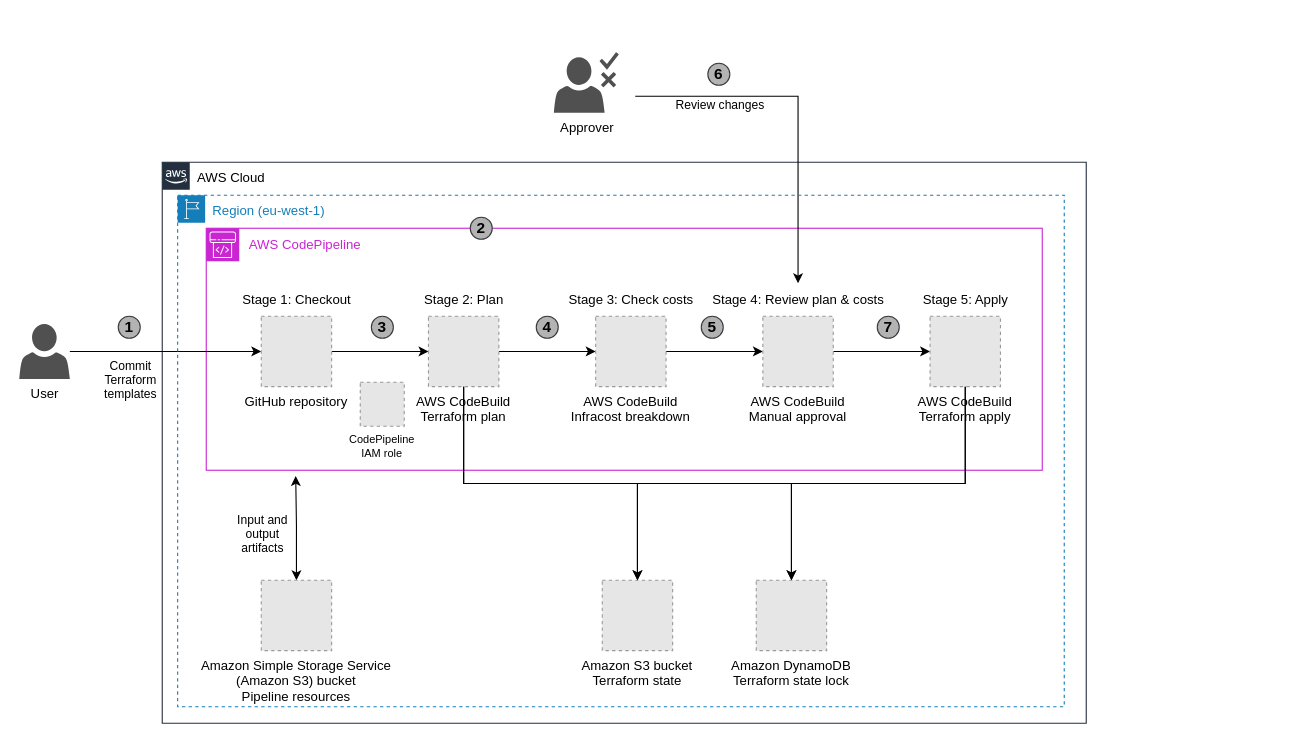
Igor-Ivaniuk/codepipeline-terraform keeps this draw.io diagram as assets/pipeline.drawio. Above is the earlier version. Source tidied: cells renumbered, new cells numbered last; positions are measured from the earlier drawing's top-left corner, leaving out a move shared by most shapes. Both pictures are drawn from the tidied source at 110%, with x=0, y=0 at pixel (19, 52). Pictures stored in the file or linked from it are replaced by grey dashed boxes.
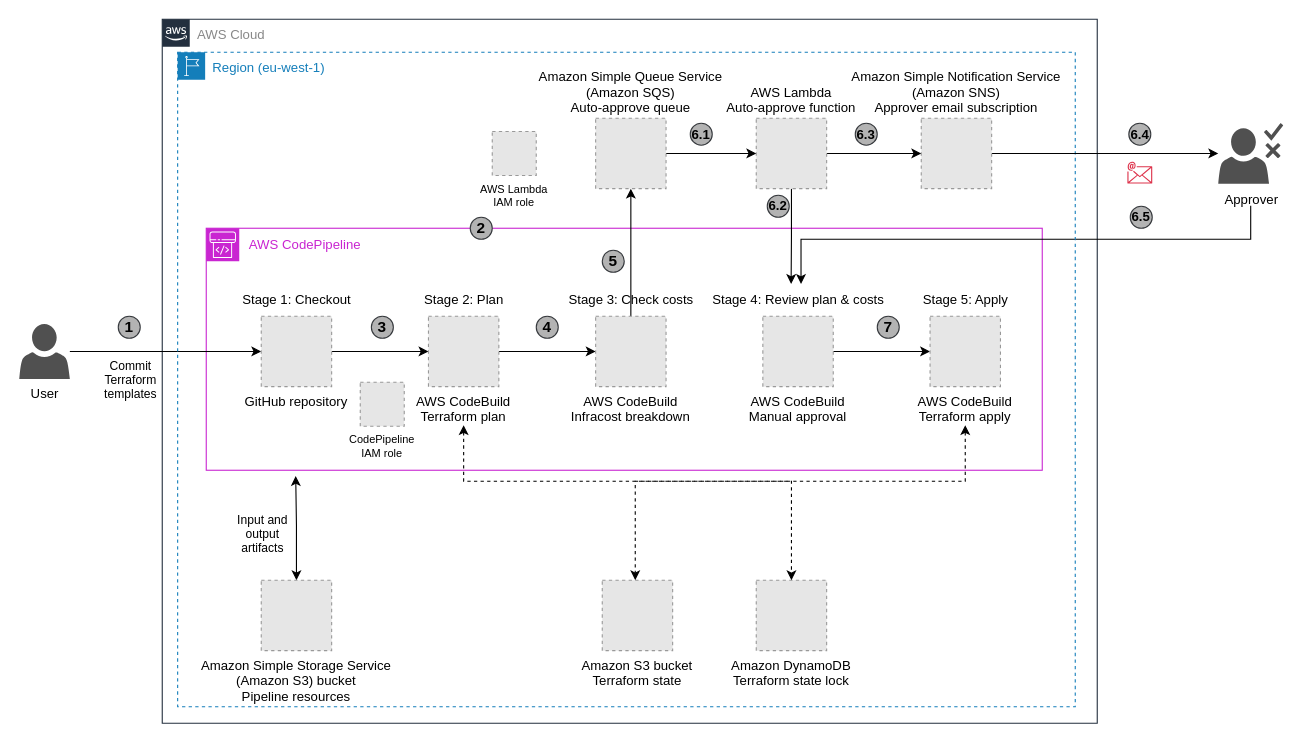
Above is the later version.

Unchanged cells that the change refers to:
```xml
<mxCell id="2" style="group;" parent="1" vertex="1">
  <mxGeometry x="170" y="160" width="760" height="220" as="geometry" />
</mxCell>
<mxCell id="11" style="edgeStyle=orthogonalEdgeStyle;rounded=0;jettySize=auto;html=1;entryX=0;entryY=0.5;entryDx=0;entryDy=0;" parent="1" edge="1" source="13" target="30">
  <mxGeometry relative="1" as="geometry" />
</mxCell>
<mxCell id="18" value="Amazon DynamoDB&#10;Terraform state lock" style="fillColor=#E6E6E6;strokeColor=#999999;dashed=1;verticalLabelPosition=bottom;verticalAlign=top;" parent="1" vertex="1">
  <mxGeometry x="670" y="480" width="64" height="64" as="geometry" />
</mxCell>
<mxCell id="19" style="edgeStyle=orthogonalEdgeStyle;rounded=0;jettySize=auto;html=1;entryX=0.107;entryY=1.024;entryDx=0;entryDy=0;entryPerimeter=0;startArrow=classic;startFill=1;" parent="1" edge="1" source="21" target="3">
  <mxGeometry relative="1" as="geometry" />
</mxCell>
<mxCell id="22" value="Amazon S3 bucket&#10;Terraform state" style="fillColor=#E6E6E6;strokeColor=#999999;dashed=1;verticalLabelPosition=bottom;verticalAlign=top;" parent="1" vertex="1">
  <mxGeometry x="530" y="480" width="64" height="64" as="geometry" />
</mxCell>
<mxCell id="24" value="AWS CodeBuild&#10;Infracost breakdown" style="fillColor=#E6E6E6;strokeColor=#999999;dashed=1;verticalLabelPosition=bottom;verticalAlign=top;" parent="23" vertex="1">
  <mxGeometry x="38" y="30" width="64" height="64" as="geometry" />
</mxCell>
<mxCell id="27" value="AWS CodeBuild&#10;Terraform plan" style="fillColor=#E6E6E6;strokeColor=#999999;dashed=1;verticalLabelPosition=bottom;verticalAlign=top;" parent="26" vertex="1">
  <mxGeometry x="18" y="30" width="64" height="64" as="geometry" />
</mxCell>
<mxCell id="32" style="group;" parent="1" vertex="1">
  <mxGeometry x="618" y="210" width="180" height="94" as="geometry" />
</mxCell>
<mxCell id="33" value="AWS CodeBuild&#10;Manual approval" style="fillColor=#E6E6E6;strokeColor=#999999;dashed=1;verticalLabelPosition=bottom;verticalAlign=top;" parent="32" vertex="1">
  <mxGeometry x="58" y="30" width="64" height="64" as="geometry" />
</mxCell>
<mxCell id="34" value="Stage 4: Review plan &amp;amp; costs" style="text;html=1;align=center;verticalAlign=middle;points=[];strokeColor=none;fillColor=none;" parent="32" vertex="1">
  <mxGeometry width="180" height="30" as="geometry" />
</mxCell>
<mxCell id="37" value="AWS CodeBuild&#10;Terraform apply" style="fillColor=#E6E6E6;strokeColor=#999999;dashed=1;verticalLabelPosition=bottom;verticalAlign=top;" parent="36" vertex="1">
  <mxGeometry x="18" y="30" width="64" height="64" as="geometry" />
</mxCell>
```

Diff of the diagram source:
```diff
@@
+    <mxCell id="35" value="&lt;font size=&quot;1&quot; color=&quot;#000000&quot;&gt;&lt;b style=&quot;font-size: 14px;&quot;&gt;5&lt;/b&gt;&lt;/font&gt;" style="ellipse;whiteSpace=wrap;html=1;fillStyle=solid;fillColor=#B3B3B3;strokeColor=#36393d;" parent="2" vertex="1">
+      <mxGeometry x="360" y="20" width="20" height="20" as="geometry" />
+    </mxCell>
-    <mxCell id="7" value="&lt;font color=&quot;#000000&quot;&gt;AWS Cloud&lt;/font&gt;" style="gradientColor=none;html=1;whiteSpace=wrap;fontSize=12;fontStyle=0;shape=mxgraph.aws4.group;grIcon=mxgraph.aws4.group_aws_cloud_alt;strokeColor=#232F3E;fillColor=none;verticalAlign=top;align=left;spacingLeft=30;fontColor=#F0F0F0;dashed=0;" parent="1" vertex="1">
-      <mxGeometry x="130" y="100" width="840" height="510" as="geometry" />
+    <mxCell id="7" value="&lt;font color=&quot;#888888&quot;&gt;AWS Cloud&lt;/font&gt;" style="gradientColor=none;html=1;whiteSpace=wrap;fontSize=12;fontStyle=0;shape=mxgraph.aws4.group;grIcon=mxgraph.aws4.group_aws_cloud_alt;strokeColor=#232F3E;fillColor=none;verticalAlign=top;align=left;spacingLeft=30;fontColor=#F0F0F0;dashed=0;" parent="1" vertex="1">
+      <mxGeometry x="130" y="-30" width="850" height="640" as="geometry" />
     </mxCell>
-    <mxCell id="8" style="edgeStyle=orthogonalEdgeStyle;rounded=0;jettySize=auto;html=1;startSize=6;startArrow=none;startFill=0;sourcePerimeterSpacing=15;" parent="1" edge="1" source="10" target="34">
+    <mxCell id="8" style="edgeStyle=elbowEdgeStyle;rounded=0;jettySize=auto;html=1;startSize=6;startArrow=none;startFill=0;sourcePerimeterSpacing=20;elbow=vertical;entryX=0.515;entryY=0.022;entryDx=0;entryDy=0;entryPerimeter=0;" parent="1" edge="1" source="10" target="34">
       <mxGeometry relative="1" as="geometry">
         <Array as="points">
-          <mxPoint x="708" y="40" />
+          <mxPoint x="760" y="170" />
         </Array>
       </mxGeometry>
     </mxCell>
-    <mxCell id="9" value="Review changes" style="edgeLabel;html=1;align=center;verticalAlign=middle;" parent="8" vertex="1">
-      <mxGeometry x="-0.01" y="4" relative="1" as="geometry">
-        <mxPoint x="-76" y="-2" as="offset" />
-      </mxGeometry>
-    </mxCell>
     <mxCell id="10" value="Approver" style="shadow=0;dashed=0;html=1;strokeColor=none;fillColor=#505050;labelPosition=center;verticalLabelPosition=bottom;verticalAlign=top;outlineConnect=0;align=center;shape=mxgraph.office.users.approver;" parent="1" vertex="1">
-      <mxGeometry x="486" width="59" height="55" as="geometry" />
+      <mxGeometry x="1090" y="64.5" width="59" height="55" as="geometry" />
     </mxCell>
@@
-    <mxCell id="12" value="Commit&lt;br&gt;Terraform&lt;br&gt;templates" style="edgeLabel;html=1;align=center;verticalAlign=middle;" parent="11" vertex="1">
+    <mxCell id="12" value="Commit&lt;br&gt;Terraform&lt;br&gt;templates" style="edgeLabel;html=1;align=center;verticalAlign=middle;labelBackgroundColor=none;" parent="11" vertex="1">
       <mxGeometry x="-0.3" y="-2" relative="1" as="geometry">
         <mxPoint x="-7" y="23" as="offset" />
       </mxGeometry>
     </mxCell>
@@
-    <mxCell id="16" style="edgeStyle=orthogonalEdgeStyle;rounded=0;jettySize=auto;html=1;" parent="1" edge="1" source="24" target="33">
+    <mxCell id="16" style="rounded=0;jettySize=auto;html=1;" parent="1" edge="1" source="24" target="58">
       <mxGeometry relative="1" as="geometry" />
     </mxCell>
@@
-    <mxCell id="20" value="Input and&lt;br&gt;output&lt;br&gt;artifacts" style="edgeLabel;html=1;align=center;verticalAlign=middle;" parent="19" vertex="1">
+    <mxCell id="20" value="Input and&lt;br&gt;output&lt;br&gt;artifacts" style="edgeLabel;html=1;align=center;verticalAlign=middle;labelBackgroundColor=none;" parent="19" vertex="1">
       <mxGeometry x="0.43" relative="1" as="geometry">
         <mxPoint x="-31" y="25" as="offset" />
       </mxGeometry>
     </mxCell>
@@
-    <mxCell id="35" value="&lt;font size=&quot;1&quot; color=&quot;#000000&quot;&gt;&lt;b style=&quot;font-size: 14px;&quot;&gt;5&lt;/b&gt;&lt;/font&gt;" style="ellipse;whiteSpace=wrap;html=1;fillStyle=solid;fillColor=#B3B3B3;strokeColor=#36393d;" parent="32" vertex="1">
-      <mxGeometry x="2" y="30" width="20" height="20" as="geometry" />
-    </mxCell>
@@
-    <mxCell id="39" style="edgeStyle=elbowEdgeStyle;rounded=0;jettySize=auto;html=1;entryX=0.5;entryY=0;entryDx=0;entryDy=0;elbow=vertical;" parent="1" edge="1" source="27" target="22">
-      <mxGeometry relative="1" as="geometry" />
-    </mxCell>
-    <mxCell id="40" style="edgeStyle=elbowEdgeStyle;rounded=0;jettySize=auto;html=1;entryX=0.5;entryY=0;entryDx=0;entryDy=0;elbow=vertical;" parent="1" edge="1" source="27" target="18">
-      <mxGeometry relative="1" as="geometry" />
+    <mxCell id="40" style="edgeStyle=elbowEdgeStyle;rounded=0;jettySize=auto;html=1;elbow=vertical;dashed=1;startArrow=classic;startFill=1;sourcePerimeterSpacing=35;" parent="1" edge="1" source="27" target="18">
+      <mxGeometry relative="1" as="geometry">
+        <Array as="points">
+          <mxPoint x="550" y="390" />
+        </Array>
+      </mxGeometry>
     </mxCell>
-    <mxCell id="41" style="edgeStyle=elbowEdgeStyle;rounded=0;jettySize=auto;html=1;entryX=0.5;entryY=0;entryDx=0;entryDy=0;elbow=vertical;" parent="1" edge="1" source="37" target="18">
-      <mxGeometry relative="1" as="geometry" />
-    </mxCell>
-    <mxCell id="42" style="edgeStyle=elbowEdgeStyle;rounded=0;jettySize=auto;html=1;entryX=0.5;entryY=0;entryDx=0;entryDy=0;elbow=vertical;" parent="1" edge="1" source="37" target="22">
-      <mxGeometry relative="1" as="geometry" />
-    </mxCell>
@@
     <mxCell id="48" value="Region (eu-west-1)" style="gradientColor=none;html=1;whiteSpace=wrap;fontSize=12;fontStyle=0;shape=mxgraph.aws4.group;grIcon=mxgraph.aws4.group_region;strokeColor=#147EBA;fillColor=none;verticalAlign=top;align=left;spacingLeft=30;fontColor=#147EBA;dashed=1;" parent="1" vertex="1">
-      <mxGeometry x="144" y="130" width="806" height="465" as="geometry" />
+      <mxGeometry x="144" width="816" height="595" as="geometry" />
     </mxCell>
-    <mxCell id="49" value="&lt;font size=&quot;1&quot; color=&quot;#000000&quot;&gt;&lt;b style=&quot;font-size: 14px;&quot;&gt;6&lt;/b&gt;&lt;/font&gt;" style="ellipse;whiteSpace=wrap;html=1;fillStyle=solid;fillColor=#B3B3B3;strokeColor=#36393d;" parent="1" vertex="1">
-      <mxGeometry x="626" y="10" width="20" height="20" as="geometry" />
-    </mxCell>
+    <mxCell id="50" style="edgeStyle=orthogonalEdgeStyle;rounded=0;jettySize=auto;html=1;" parent="1" edge="1" source="51" target="10">
+      <mxGeometry relative="1" as="geometry" />
+    </mxCell>
+    <mxCell id="51" value="Amazon Simple Notification Service&#10;(Amazon SNS)&#10;Approver email subscription" style="fillColor=#E6E6E6;strokeColor=#999999;dashed=1;verticalLabelPosition=top;verticalAlign=bottom;labelPosition=center;align=center;" parent="1" vertex="1">
+      <mxGeometry x="820" y="60" width="64" height="64" as="geometry" />
+    </mxCell>
+    <mxCell id="52" style="rounded=0;jettySize=auto;html=1;edgeStyle=orthogonalEdgeStyle;entryX=0.465;entryY=0.022;entryDx=0;entryDy=0;entryPerimeter=0;" parent="1" edge="1" source="54" target="34">
+      <mxGeometry relative="1" as="geometry" />
+    </mxCell>
+    <mxCell id="53" style="edgeStyle=orthogonalEdgeStyle;rounded=0;jettySize=auto;html=1;sourcePerimeterSpacing=0;" parent="1" edge="1" source="54" target="51">
+      <mxGeometry relative="1" as="geometry" />
+    </mxCell>
+    <mxCell id="54" value="AWS Lambda&#10;Auto-approve function" style="fillColor=#E6E6E6;strokeColor=#999999;dashed=1;verticalLabelPosition=top;verticalAlign=bottom;labelPosition=center;align=center;" parent="1" vertex="1">
+      <mxGeometry x="670" y="60" width="64" height="64" as="geometry" />
+    </mxCell>
+    <mxCell id="55" style="sketch=0;fontColor=#232F3E;gradientColor=none;fillColor=#DD344C;strokeColor=none;dashed=0;verticalLabelPosition=bottom;verticalAlign=top;align=center;html=1;fontSize=12;fontStyle=0;shape=mxgraph.aws4.email;" parent="1" vertex="1">
+      <mxGeometry x="1007.4" y="99.5" width="22.6" height="20" as="geometry" />
+    </mxCell>
+    <mxCell id="56" value="&lt;font size=&quot;1&quot; color=&quot;#000000&quot;&gt;&lt;b style=&quot;font-size: 12px;&quot;&gt;6.3&lt;/b&gt;&lt;/font&gt;" style="ellipse;whiteSpace=wrap;html=1;fillStyle=solid;fillColor=#B3B3B3;strokeColor=#36393d;" parent="1" vertex="1">
+      <mxGeometry x="760" y="64.5" width="20" height="20" as="geometry" />
+    </mxCell>
+    <mxCell id="57" style="rounded=0;jettySize=auto;html=1;" parent="1" edge="1" source="58" target="54">
+      <mxGeometry relative="1" as="geometry" />
+    </mxCell>
+    <mxCell id="58" value="Amazon Simple Queue Service&#10;(Amazon SQS)&#10;Auto-approve queue" style="fillColor=#E6E6E6;strokeColor=#999999;dashed=1;verticalLabelPosition=top;verticalAlign=bottom;labelPosition=center;align=center;" parent="1" vertex="1">
+      <mxGeometry x="524" y="60" width="64" height="64" as="geometry" />
+    </mxCell>
+    <mxCell id="59" value="&lt;font size=&quot;1&quot; color=&quot;#000000&quot;&gt;&lt;b style=&quot;font-size: 12px;&quot;&gt;6.1&lt;/b&gt;&lt;/font&gt;" style="ellipse;whiteSpace=wrap;html=1;fillStyle=solid;fillColor=#B3B3B3;strokeColor=#36393d;" parent="1" vertex="1">
+      <mxGeometry x="610" y="64.5" width="20" height="20" as="geometry" />
+    </mxCell>
+    <mxCell id="60" value="&lt;font size=&quot;1&quot; color=&quot;#000000&quot;&gt;&lt;b style=&quot;font-size: 12px;&quot;&gt;6.2&lt;/b&gt;&lt;/font&gt;" style="ellipse;whiteSpace=wrap;html=1;fillStyle=solid;fillColor=#B3B3B3;strokeColor=#36393d;" parent="1" vertex="1">
+      <mxGeometry x="680" y="130" width="20" height="20" as="geometry" />
+    </mxCell>
+    <mxCell id="61" value="&lt;font size=&quot;1&quot; color=&quot;#000000&quot;&gt;&lt;b style=&quot;font-size: 12px;&quot;&gt;6.4&lt;/b&gt;&lt;/font&gt;" style="ellipse;whiteSpace=wrap;html=1;fillStyle=solid;fillColor=#B3B3B3;strokeColor=#36393d;" parent="1" vertex="1">
+      <mxGeometry x="1008.7" y="64.5" width="20" height="20" as="geometry" />
+    </mxCell>
+    <mxCell id="62" value="&lt;font size=&quot;1&quot; color=&quot;#000000&quot;&gt;&lt;b style=&quot;font-size: 12px;&quot;&gt;6.5&lt;/b&gt;&lt;/font&gt;" style="ellipse;whiteSpace=wrap;html=1;fillStyle=solid;fillColor=#B3B3B3;strokeColor=#36393d;" parent="1" vertex="1">
+      <mxGeometry x="1010" y="140" width="20" height="20" as="geometry" />
+    </mxCell>
+    <mxCell id="63" value="AWS Lambda&#10;IAM role" style="fillColor=#E6E6E6;strokeColor=#999999;dashed=1;verticalLabelPosition=bottom;verticalAlign=top;fontSize=10;" parent="1" vertex="1">
+      <mxGeometry x="430" y="72" width="40" height="40" as="geometry" />
+    </mxCell>
+    <mxCell id="42" style="edgeStyle=orthogonalEdgeStyle;rounded=0;jettySize=auto;html=1;dashed=1;startArrow=classic;startFill=1;sourcePerimeterSpacing=35;" parent="1" edge="1" source="37" target="22">
+      <mxGeometry relative="1" as="geometry">
+        <Array as="points">
+          <mxPoint x="860" y="390" />
+          <mxPoint x="560" y="390" />
+        </Array>
+      </mxGeometry>
+    </mxCell>
```
